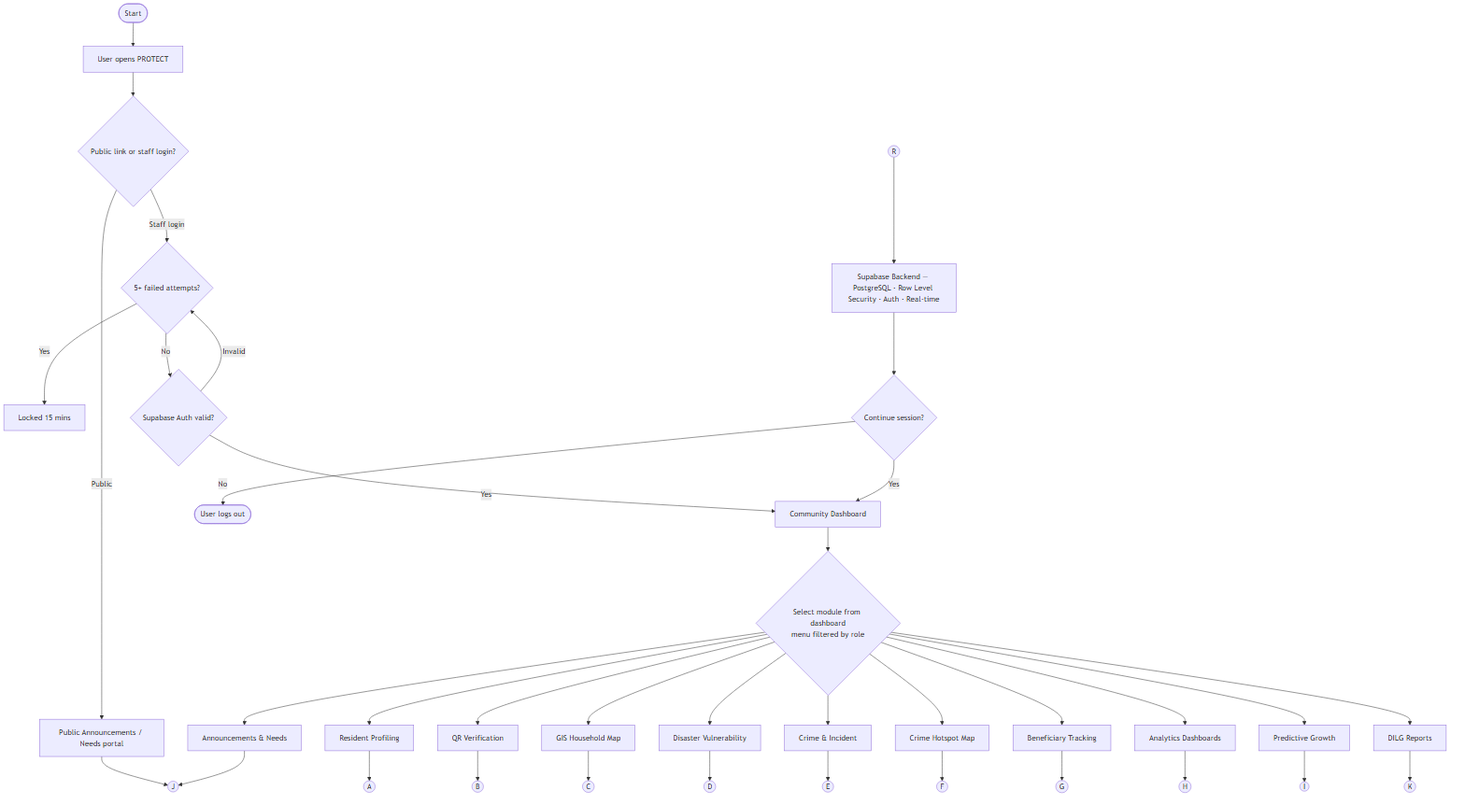
Before: diagrams/flowchart.png, a diagram exported from Mermaid (KellyEspera/protect). Its source is kept beside it as diagrams/flowchart.mmd.
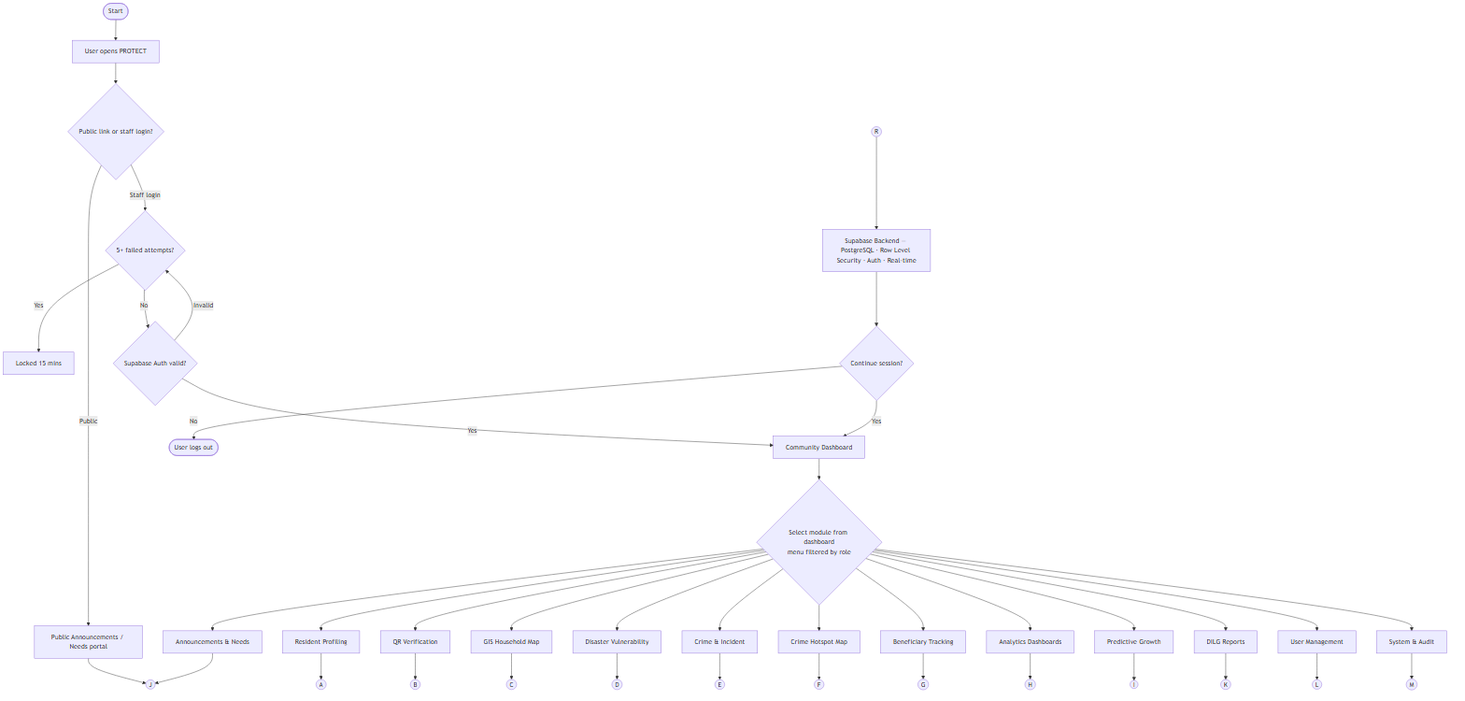
The same file after the commit.

Commit message:
Diagrams: add missing Admin functions to Use Case + Flowchart

Change to the diagram source:
```diff
@@ -22,6 +22,8 @@
     Sel --> M9[Predictive Growth] --> I((I))
     Sel --> M10[Announcements & Needs] --> J
     Sel --> M11[DILG Reports] --> K((K))
+    Sel --> M12[User Management] --> L((L))
+    Sel --> M13[System & Audit] --> M((M))
 
     R((R)) --> Backend[Supabase Backend — PostgreSQL · Row Level Security · Auth · Real-time]
     Backend --> Cont{Continue session?}
```
